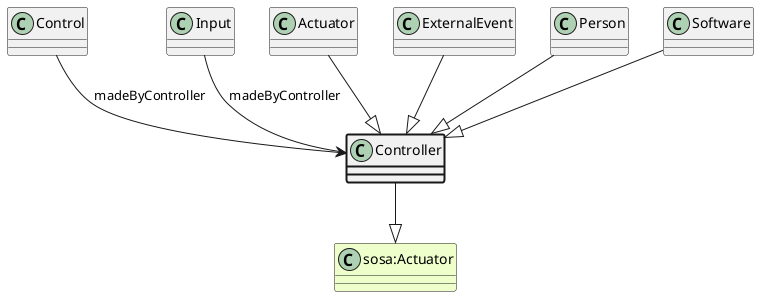
This is ttl_uml/ttl_appn_Controller.png from aus-plant-phenomics-network/appn-schema, a PlantUML export, as it was before one commit.
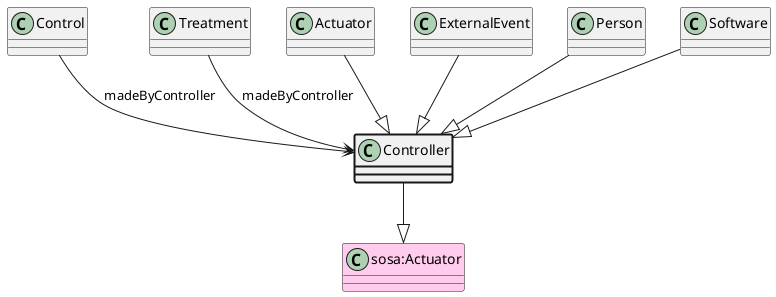
The same file after the commit.

Change to the diagram source:
```diff
@@ -1,11 +1,11 @@
 @startuml
 class Controller  #line.bold
-class "sosa:Actuator" #EEFFCC
+class "sosa:Actuator" #FFCCEE
 Controller --|> "sosa:Actuator"
 class Control
 Control --> Controller : madeByController
-class Input
-Input --> Controller : madeByController
+class Treatment
+Treatment --> Controller : madeByController
 class Actuator
 Actuator --|> Controller
 class ExternalEvent
```
